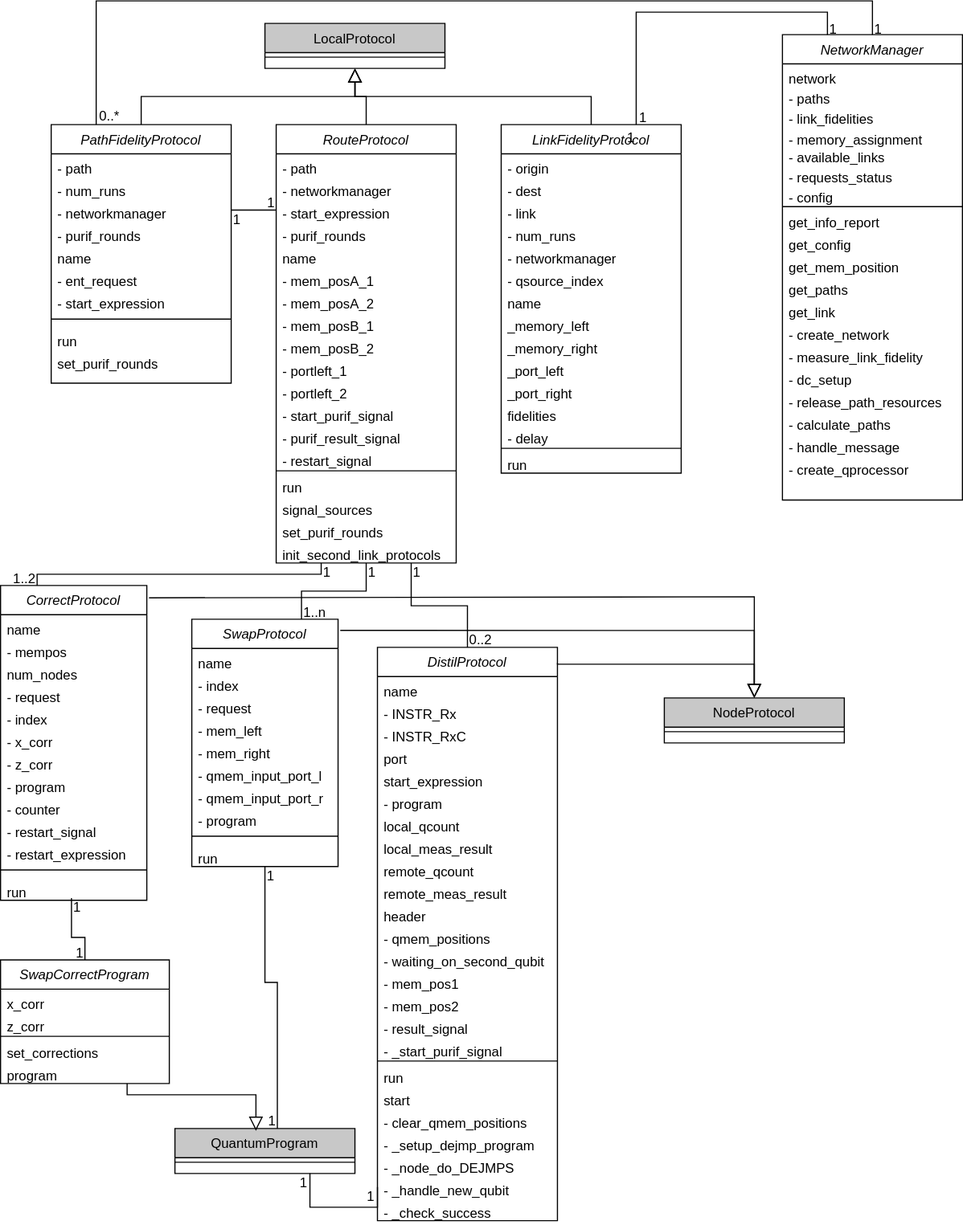
Above: Diagramas/Clase/tec-NetWorkManager.svg in davidpcuvigo/quantumcity (draw.io), before the change. Source tidied: cells renumbered, new cells last; positions are measured from the earlier drawing's top-left corner, leaving out a move shared by most shapes.
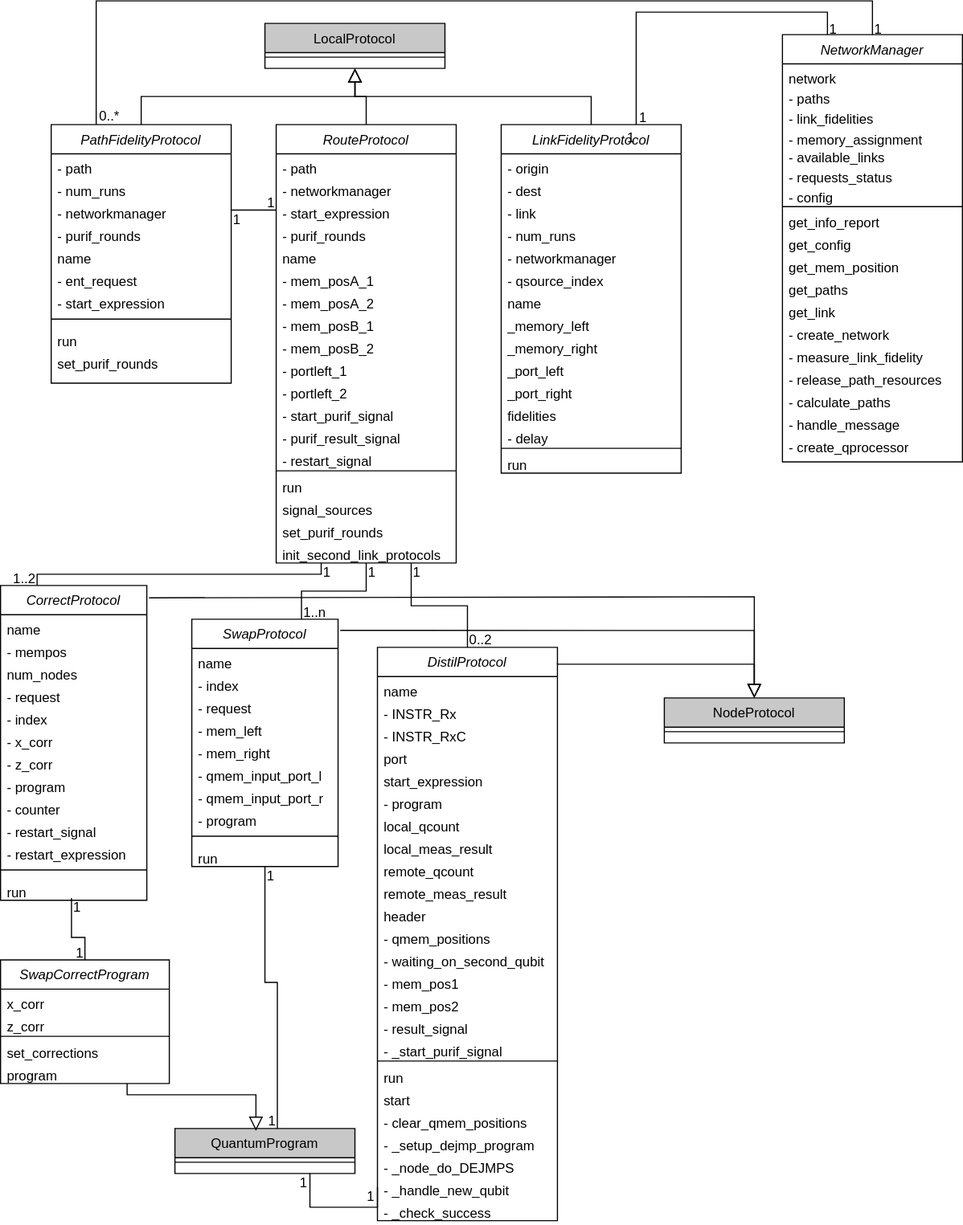
The same file after the commit.

Diff of the diagram source:
```diff
@@ -235,7 +235,7 @@
       </mxGeometry>
     </mxCell>
     <mxCell id="78" value="NetworkManager" style="swimlane;fontStyle=2;align=center;verticalAlign=top;horizontal=1;startSize=26;rounded=0;shadow=0;strokeWidth=1;" parent="1" vertex="1">
-      <mxGeometry x="695" y="30" width="160" height="414" as="geometry" />
+      <mxGeometry x="695" y="30" width="160" height="380" as="geometry" />
     </mxCell>
     <mxCell id="79" value="network" style="text;align=left;verticalAlign=top;spacingLeft=4;spacingRight=4;overflow=hidden;" parent="78" vertex="1">
       <mxGeometry y="26" width="160" height="18" as="geometry" />
@@ -282,20 +282,17 @@
     <mxCell id="93" value="- measure_link_fidelity" style="text;align=left;verticalAlign=top;spacingLeft=4;spacingRight=4;overflow=hidden;" parent="78" vertex="1">
       <mxGeometry y="274" width="160" height="20" as="geometry" />
     </mxCell>
-    <mxCell id="94" value="- dc_setup" style="text;align=left;verticalAlign=top;spacingLeft=4;spacingRight=4;overflow=hidden;" parent="78" vertex="1">
-      <mxGeometry y="294" width="160" height="20" as="geometry" />
-    </mxCell>
     <mxCell id="95" value="- release_path_resources" style="text;align=left;verticalAlign=top;spacingLeft=4;spacingRight=4;overflow=hidden;" parent="78" vertex="1">
-      <mxGeometry y="314" width="160" height="20" as="geometry" />
+      <mxGeometry y="294" width="160" height="20" as="geometry" />
     </mxCell>
     <mxCell id="96" value="- calculate_paths" style="text;align=left;verticalAlign=top;spacingLeft=4;spacingRight=4;overflow=hidden;" parent="78" vertex="1">
-      <mxGeometry y="334" width="160" height="20" as="geometry" />
+      <mxGeometry y="314" width="160" height="20" as="geometry" />
     </mxCell>
     <mxCell id="97" value="- handle_message" style="text;align=left;verticalAlign=top;spacingLeft=4;spacingRight=4;overflow=hidden;" parent="78" vertex="1">
-      <mxGeometry y="354" width="160" height="20" as="geometry" />
+      <mxGeometry y="334" width="160" height="20" as="geometry" />
     </mxCell>
     <mxCell id="98" value="- create_qprocessor" style="text;align=left;verticalAlign=top;spacingLeft=4;spacingRight=4;overflow=hidden;" parent="78" vertex="1">
-      <mxGeometry y="374" width="160" height="20" as="geometry" />
+      <mxGeometry y="354" width="160" height="20" as="geometry" />
     </mxCell>
     <mxCell id="99" value="LinkFidelityProtocol" style="swimlane;fontStyle=2;align=center;verticalAlign=top;horizontal=1;startSize=26;rounded=0;shadow=0;strokeWidth=1;" parent="1" vertex="1">
       <mxGeometry x="445" y="110" width="160" height="310" as="geometry" />
```
